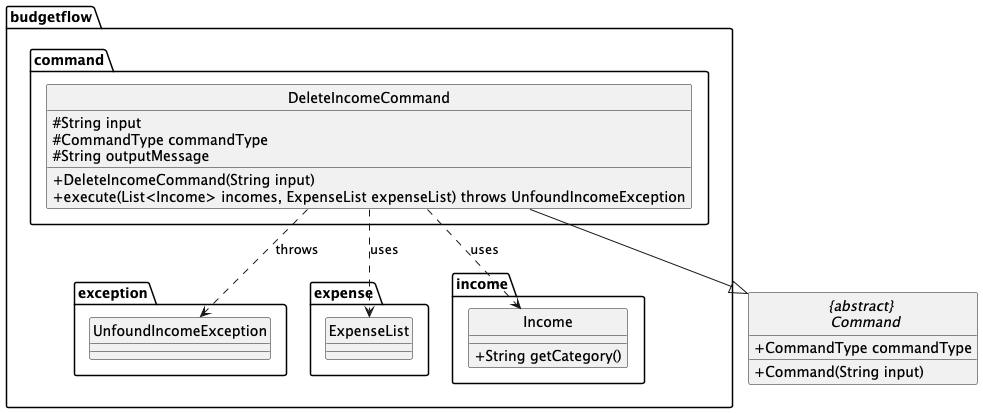
Earlier version of the PlantUML export docs/diagrams/DeleteIncomeCommandClass.png (thienkimtranhoang/tp).
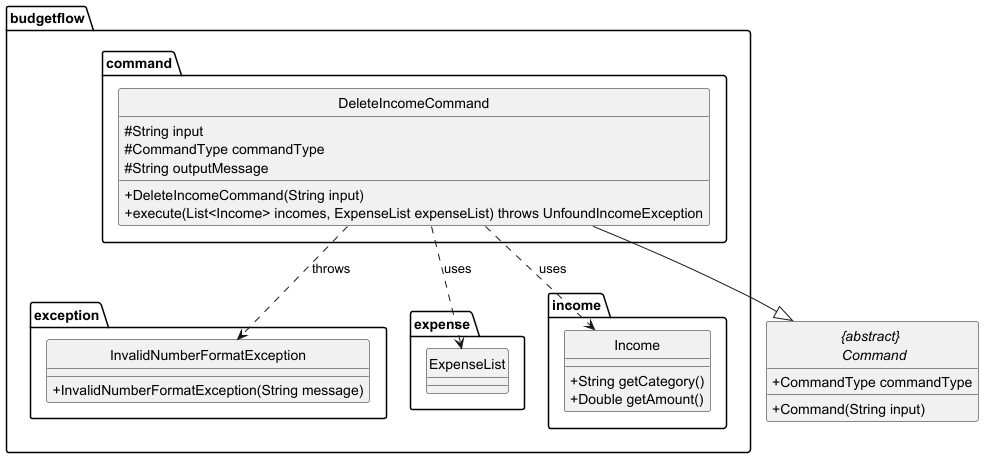
After the change.

Commit message:
update DG, UG, PPP, for deleteIncomeCommand

What changed in the source:
```diff
@@ -1,4 +1,5 @@
 @startuml
+
 
 hide circle
 skinparam classAttributeIconSize 0
@@ -14,7 +15,9 @@
 }
 
 package budgetflow.exception {
-    class UnfoundIncomeException
+    class InvalidNumberFormatException{
+        + InvalidNumberFormatException(String message)
+    }
 }
 
 package budgetflow.expense {
@@ -24,6 +27,7 @@
 package budgetflow.income {
     class Income {
         + String getCategory()
+        + Double getAmount()
     }
 }
 
@@ -33,7 +37,7 @@
 }
 
 DeleteIncomeCommand --|> "{abstract} \n Command"
-DeleteIncomeCommand ..> UnfoundIncomeException : throws
+DeleteIncomeCommand ..> InvalidNumberFormatException : throws
 DeleteIncomeCommand ..> Income : uses
 DeleteIncomeCommand ..> ExpenseList : uses
 
```
